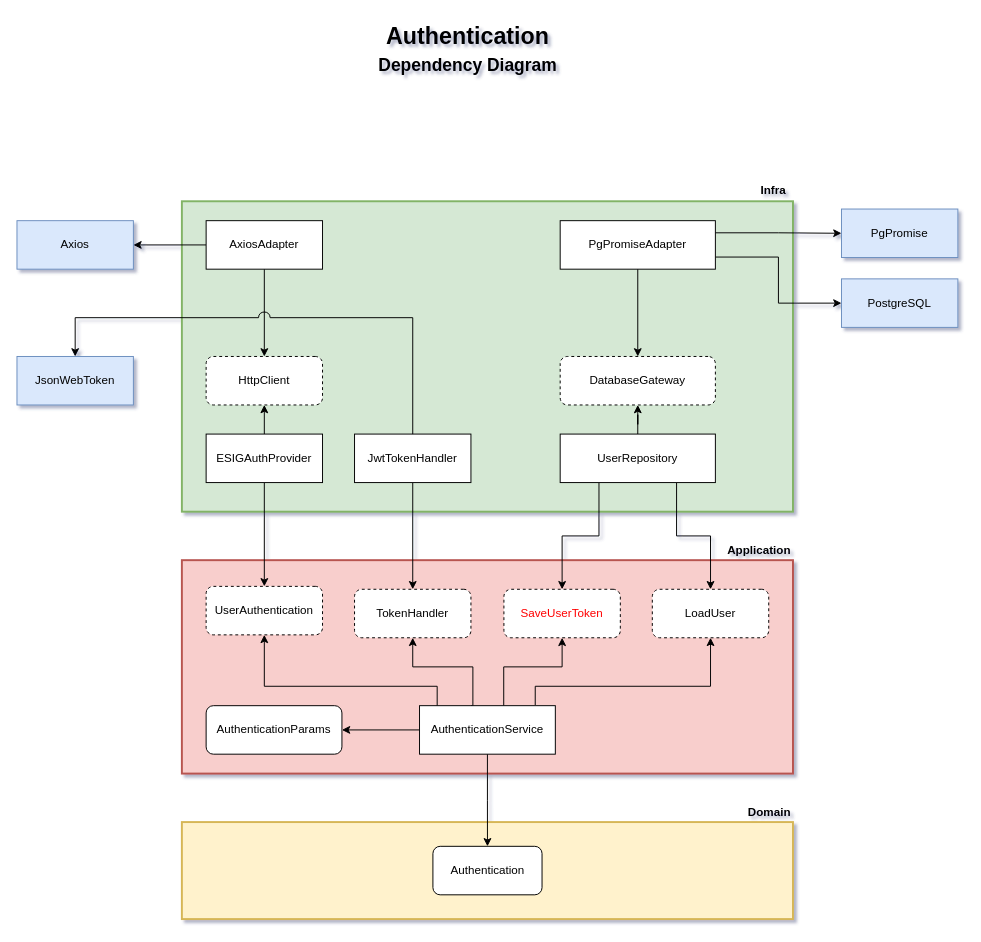
The draw.io diagram docs/diagrams/authentication.drawio in minha-ies/training-backend, before the edit. Source tidied: cells renumbered, new cells numbered last; positions are measured from the earlier drawing's top-left corner, leaving out a move shared by most shapes. Both pictures are drawn from the tidied source at 97%, with x=0, y=0 at pixel (16, 16).
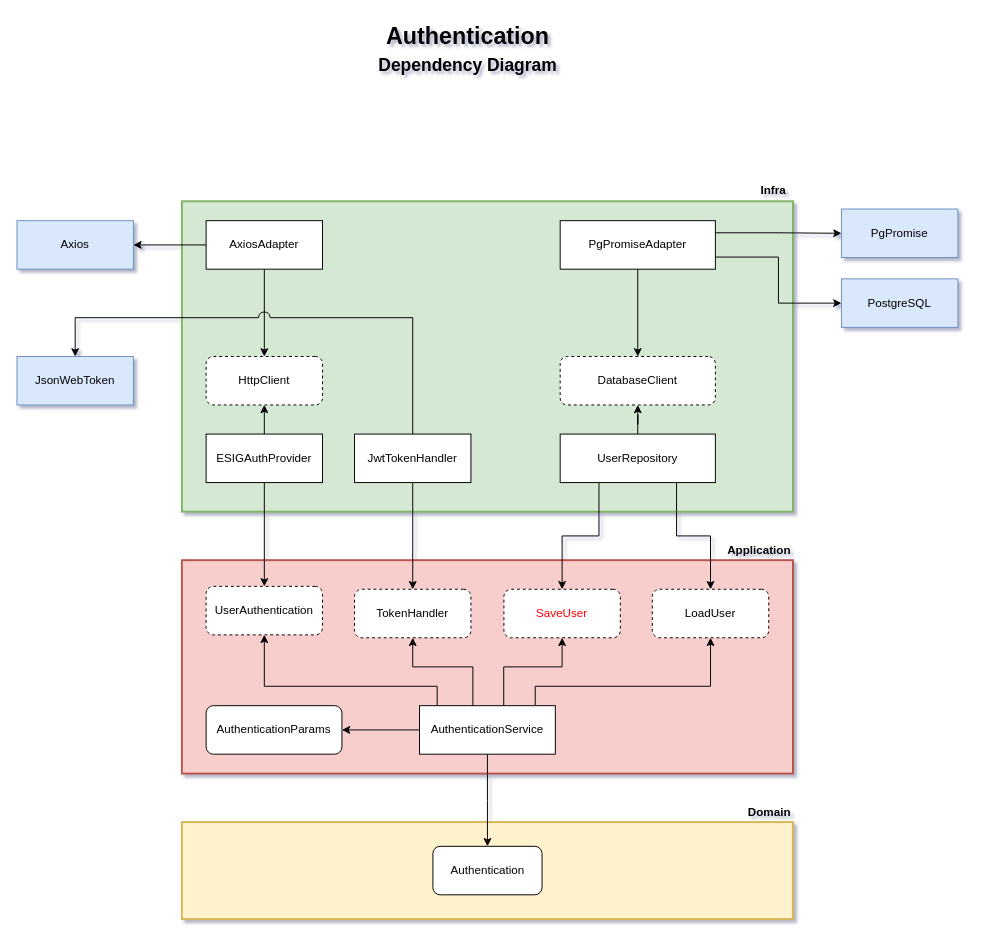
The same page after the edit.

Change to the diagram source:
```diff
@@
-    <mxCell id="17" value="SaveUserToken" style="rounded=1;whiteSpace=wrap;html=1;dashed=1;flipH=1;fontColor=light-dark(#FF0000,#EDEDED);labelBackgroundColor=none;" parent="1" vertex="1">
+    <mxCell id="17" value="SaveUser" style="rounded=1;whiteSpace=wrap;html=1;dashed=1;flipH=1;fontColor=light-dark(#FF0000,#EDEDED);labelBackgroundColor=none;" parent="1" vertex="1">
       <mxGeometry x="502" y="590" width="120" height="50" as="geometry" />
     </mxCell>
@@
-    <mxCell id="42" value="DatabaseGateway" style="rounded=1;whiteSpace=wrap;html=1;dashed=1;flipH=1;" parent="1" vertex="1">
+    <mxCell id="42" value="DatabaseClient" style="rounded=1;whiteSpace=wrap;html=1;dashed=1;flipH=1;" parent="1" vertex="1">
       <mxGeometry x="560" y="350" width="160" height="50" as="geometry" />
     </mxCell>
```
